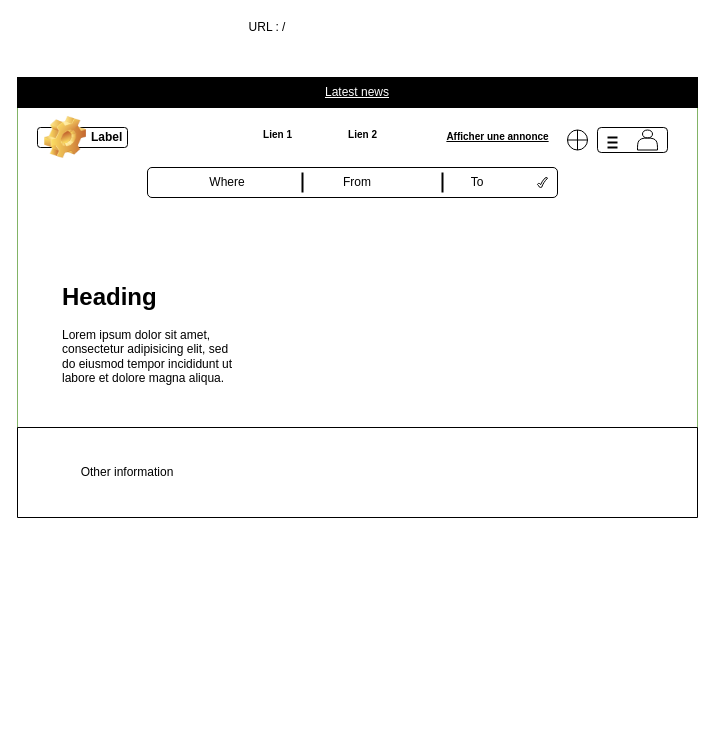
Above: page "HomePage" (1 of 10) of diagrams/pages.drawio in JamarcusBernard/rsvr (draw.io), before the change. Source tidied: cells renumbered, new cells numbered last; positions are measured from the earlier drawing's top-left corner, leaving out a move shared by most shapes. Both pictures are drawn from the tidied source at 100%, with x=0, y=0 at pixel (17, 17).
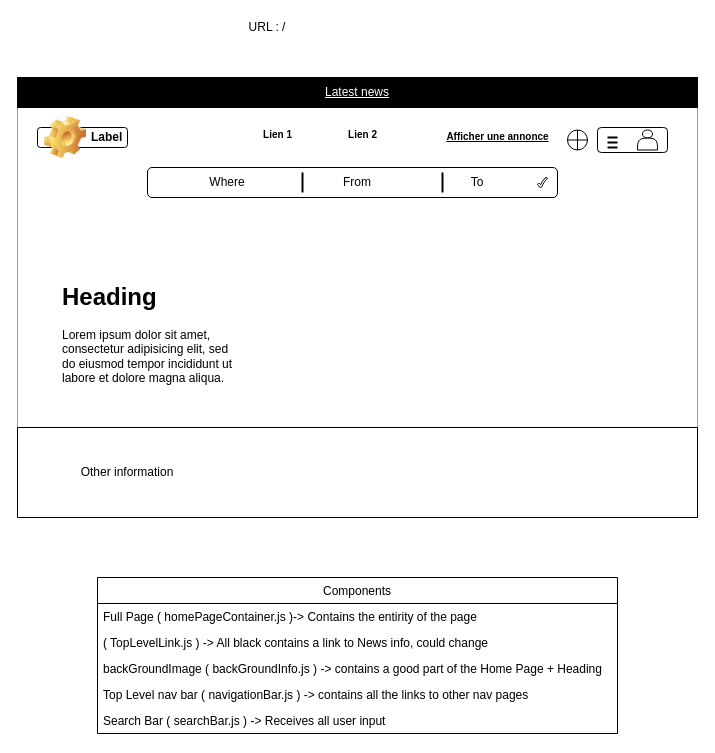
Above is the later version.

The edit, as a diff of the source:
```diff
@@
+    <mxCell id="25" value="Components" style="swimlane;fontStyle=0;horizontal=1;startSize=26;" parent="1" vertex="1">
+      <mxGeometry x="80" y="560" width="520" height="156" as="geometry" />
+    </mxCell>
+    <mxCell id="26" value="Full Page ( homePageContainer.js )-&gt; Contains the entirity of the page" style="text;strokeColor=none;fillColor=none;align=left;verticalAlign=top;spacingLeft=4;spacingRight=4;overflow=hidden;" parent="25" vertex="1">
+      <mxGeometry y="26" width="520" height="26" as="geometry" />
+    </mxCell>
+    <mxCell id="27" value="( TopLevelLink.js ) -&gt; All black contains a link to News info, could change" style="text;strokeColor=none;fillColor=none;align=left;verticalAlign=top;spacingLeft=4;spacingRight=4;overflow=hidden;" parent="25" vertex="1">
+      <mxGeometry y="52" width="520" height="26" as="geometry" />
+    </mxCell>
+    <mxCell id="28" value="backGroundImage ( backGroundInfo.js ) -&gt; contains a good part of the Home Page + Heading" style="text;strokeColor=none;fillColor=none;align=left;verticalAlign=top;spacingLeft=4;spacingRight=4;overflow=hidden;" parent="25" vertex="1">
+      <mxGeometry y="78" width="520" height="26" as="geometry" />
+    </mxCell>
+    <mxCell id="29" value="Top Level nav bar ( navigationBar.js ) -&gt; contains all the links to other nav pages" style="text;strokeColor=none;fillColor=none;align=left;verticalAlign=top;spacingLeft=4;spacingRight=4;overflow=hidden;" parent="25" vertex="1">
+      <mxGeometry y="104" width="520" height="26" as="geometry" />
+    </mxCell>
+    <mxCell id="30" value="Search Bar ( searchBar.js ) -&gt; Receives all user input" style="text;strokeColor=none;fillColor=none;align=left;verticalAlign=top;spacingLeft=4;spacingRight=4;overflow=hidden;" parent="25" vertex="1">
+      <mxGeometry y="130" width="520" height="26" as="geometry" />
+    </mxCell>
```
